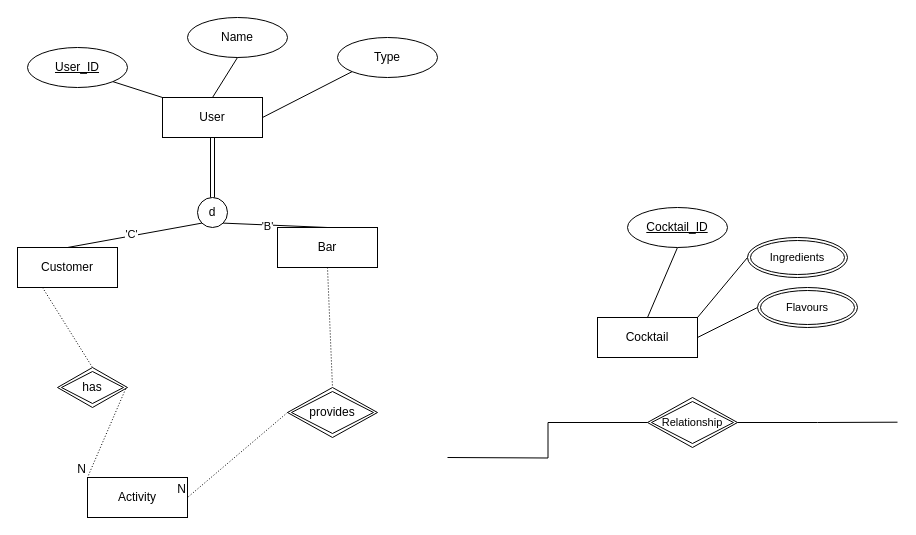
Earlier version of the draw.io diagram finalProjectERD.drawio (tp12356twNccu/Database_NCCU). Source tidied: cells renumbered, new cells numbered last; positions are measured from the earlier drawing's top-left corner, leaving out a move shared by most shapes. Both pictures are drawn from the tidied source at 100%, with x=0, y=0 at pixel (17, 17).
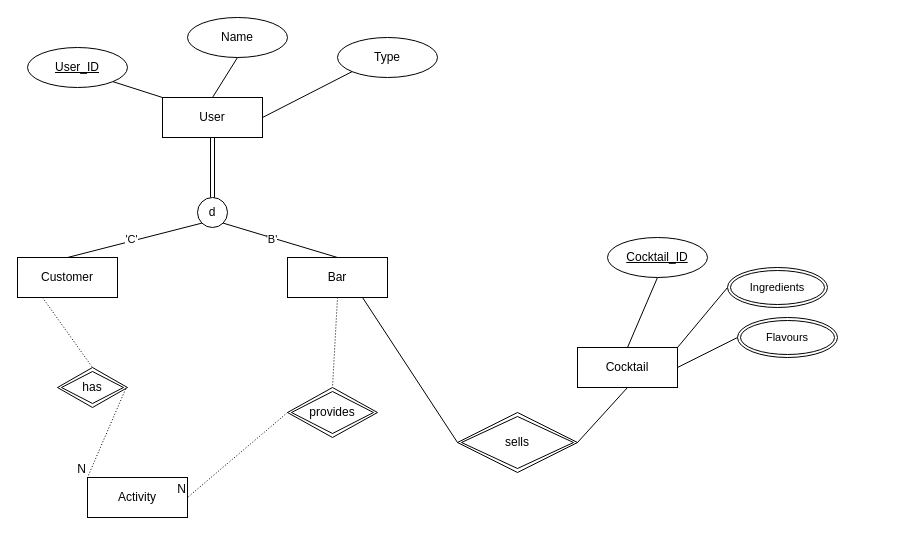
The same diagram, later.

What changed in the source:
```diff
@@
     <mxCell id="11" value="Customer" style="whiteSpace=wrap;html=1;align=center;" parent="1" vertex="1">
-      <mxGeometry y="230" width="100" height="40" as="geometry" />
+      <mxGeometry y="240" width="100" height="40" as="geometry" />
     </mxCell>
     <mxCell id="12" value="Bar" style="whiteSpace=wrap;html=1;align=center;" parent="1" vertex="1">
-      <mxGeometry x="260" y="210" width="100" height="40" as="geometry" />
+      <mxGeometry x="270" y="240" width="100" height="40" as="geometry" />
     </mxCell>
@@
     <mxCell id="28" value="Cocktail" style="whiteSpace=wrap;html=1;align=center;" parent="1" vertex="1">
-      <mxGeometry x="580" y="300" width="100" height="40" as="geometry" />
+      <mxGeometry x="560" y="330" width="100" height="40" as="geometry" />
     </mxCell>
@@
     <mxCell id="30" value="Cocktail_ID" style="ellipse;whiteSpace=wrap;html=1;align=center;fontStyle=4;" parent="1" vertex="1">
-      <mxGeometry x="610" y="190" width="100" height="40" as="geometry" />
+      <mxGeometry x="590" y="220" width="100" height="40" as="geometry" />
     </mxCell>
@@
     <mxCell id="32" value="Ingredients" style="ellipse;shape=doubleEllipse;margin=3;whiteSpace=wrap;html=1;align=center;fontFamily=Helvetica;fontSize=11;fontColor=default;" parent="1" vertex="1">
-      <mxGeometry x="730" y="220" width="100" height="40" as="geometry" />
+      <mxGeometry x="710" y="250" width="100" height="40" as="geometry" />
     </mxCell>
@@
     <mxCell id="34" value="Flavours" style="ellipse;shape=doubleEllipse;margin=3;whiteSpace=wrap;html=1;align=center;fontFamily=Helvetica;fontSize=11;fontColor=default;" parent="1" vertex="1">
-      <mxGeometry x="740" y="270" width="100" height="40" as="geometry" />
+      <mxGeometry x="720" y="300" width="100" height="40" as="geometry" />
     </mxCell>
-    <mxCell id="35" value="Relationship" style="shape=rhombus;double=1;perimeter=rhombusPerimeter;whiteSpace=wrap;html=1;align=center;fontFamily=Helvetica;fontSize=11;fontColor=default;" parent="1" vertex="1">
-      <mxGeometry x="630" y="380" width="90" height="50" as="geometry" />
-    </mxCell>
-    <mxCell id="36" style="endArrow=none;html=1;rounded=0;labelBackgroundColor=default;strokeColor=default;align=center;verticalAlign=middle;fontFamily=Helvetica;fontSize=11;fontColor=default;shape=connector;entryX=0;entryY=0.5;entryDx=0;entryDy=0;edgeStyle=orthogonalEdgeStyle;" parent="1" edge="1" target="35">
-      <mxGeometry relative="1" as="geometry">
-        <mxPoint x="430" y="440" as="sourcePoint" />
-      </mxGeometry>
-    </mxCell>
-    <mxCell id="37" style="endArrow=none;html=1;rounded=0;labelBackgroundColor=default;strokeColor=default;align=center;verticalAlign=middle;fontFamily=Helvetica;fontSize=11;fontColor=default;shape=connector;exitX=1;exitY=0.5;exitDx=0;exitDy=0;edgeStyle=orthogonalEdgeStyle;" parent="1" edge="1" source="35">
-      <mxGeometry relative="1" as="geometry">
-        <mxPoint x="880" y="404.7" as="targetPoint" />
-      </mxGeometry>
-    </mxCell>
+    <mxCell id="38" value="sells" style="shape=rhombus;double=1;perimeter=rhombusPerimeter;whiteSpace=wrap;html=1;align=center;" parent="1" vertex="1">
+      <mxGeometry x="440" y="395" width="120" height="60" as="geometry" />
+    </mxCell>
+    <mxCell id="39" style="endArrow=none;html=1;rounded=0;entryX=0;entryY=0.5;entryDx=0;entryDy=0;exitX=0.75;exitY=1;exitDx=0;exitDy=0;" parent="1" edge="1" source="12" target="38">
+      <mxGeometry relative="1" as="geometry" />
+    </mxCell>
+    <mxCell id="40" style="endArrow=none;html=1;rounded=0;entryX=0.5;entryY=1;entryDx=0;entryDy=0;exitX=1;exitY=0.5;exitDx=0;exitDy=0;" parent="1" edge="1" source="38" target="28">
+      <mxGeometry relative="1" as="geometry" />
+    </mxCell>
```
